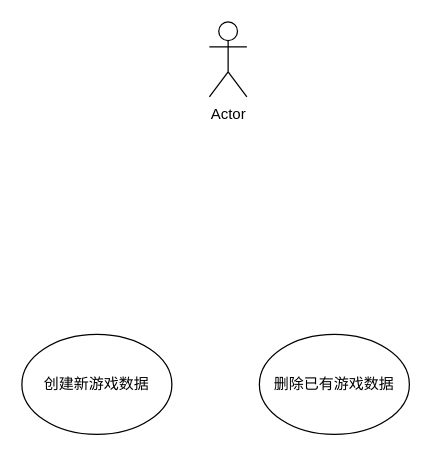
Before: Drawio/UseCaseDiagram.drawio in lvxingzhe32/IDLE-Game, a draw.io diagram. Source tidied: cells renumbered, new cells numbered last; positions are measured from the earlier drawing's top-left corner, leaving out a move shared by most shapes. Both pictures are drawn from the tidied source at 125%, with x=0, y=0 at pixel (21, 21).
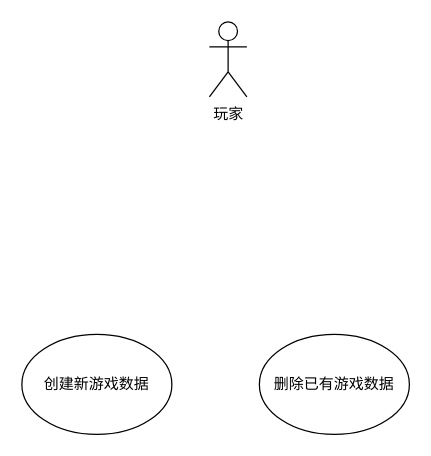
After the change.

Change to the diagram source:
```diff
@@
 <mxGraphModel>
   <root>
     <mxCell id="0" />
     <mxCell id="1" parent="0" />
-    <mxCell id="2" value="Actor" style="shape=umlActor;verticalLabelPosition=bottom;verticalAlign=top;html=1;labelPosition=center;align=center;" parent="1" vertex="1">
+    <mxCell id="2" value="玩家" style="shape=umlActor;verticalLabelPosition=bottom;verticalAlign=top;html=1;labelPosition=center;align=center;" parent="1" vertex="1">
       <mxGeometry x="150" width="30" height="60" as="geometry" />
     </mxCell>
     <mxCell id="3" value="创建新游戏数据" style="ellipse;whiteSpace=wrap;html=1;" parent="1" vertex="1">
       <mxGeometry y="250" width="120" height="80" as="geometry" />
     </mxCell>
     <mxCell id="4" value="删除已有游戏数据" style="ellipse;whiteSpace=wrap;html=1;" parent="1" vertex="1">
       <mxGeometry x="190" y="250" width="120" height="80" as="geometry" />
     </mxCell>
   </root>
 </mxGraphModel>
```
